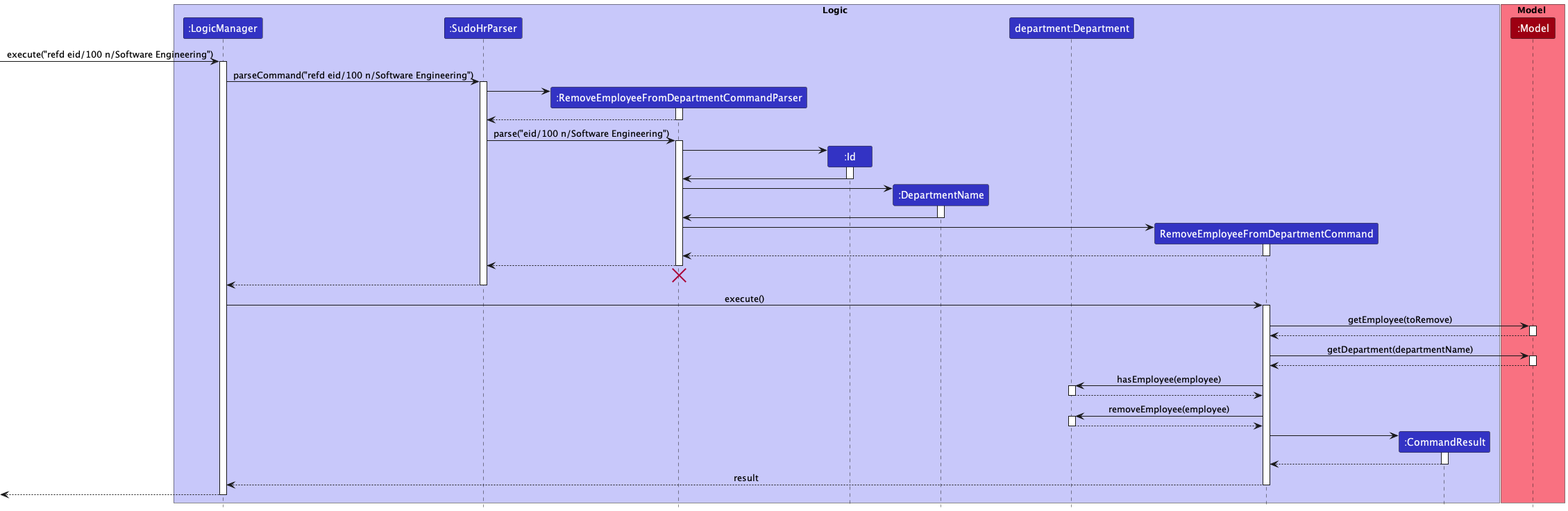
Earlier version of the PlantUML export docs/images/commands/department/RemoveEmployeeFromDepartmentSequenceDiagram.png (nus-cs2103-AY2223S2/tp). The source it was exported from:
```plantuml
@startuml
!include ../../style.puml

box Logic LOGIC_COLOR_T1
participant ":LogicManager" as LogicManager LOGIC_COLOR
participant ":SudoHrParser" as SudoHrParser LOGIC_COLOR
participant ":RemoveEmployeeFromDepartmentCommandParser" as RemoveEmployeeFromDepartmentCommandParser LOGIC_COLOR
participant ":Id" as Id LOGIC_COLOR
participant ":DepartmentName" as DepartmentName LOGIC_COLOR
participant "department:Department" as Department LOGIC_COLOR
participant "RemoveEmployeeFromDepartmentCommand" as RemoveEmployeeFromDepartmentCommand LOGIC_COLOR
participant ":CommandResult" as CommandResult LOGIC_COLOR
end box

box Model MODEL_COLOR_T1
participant ":Model" as Model MODEL_COLOR
end box

[-> LogicManager : execute("refd eid/100 n/Software Engineering")
activate LogicManager

LogicManager -> SudoHrParser : parseCommand("refd eid/100 n/Software Engineering")
activate SudoHrParser

create RemoveEmployeeFromDepartmentCommandParser
SudoHrParser -> RemoveEmployeeFromDepartmentCommandParser
activate RemoveEmployeeFromDepartmentCommandParser

RemoveEmployeeFromDepartmentCommandParser --> SudoHrParser
deactivate RemoveEmployeeFromDepartmentCommandParser

SudoHrParser -> RemoveEmployeeFromDepartmentCommandParser : parse("eid/100 n/Software Engineering")
activate RemoveEmployeeFromDepartmentCommandParser

create Id
RemoveEmployeeFromDepartmentCommandParser -> Id
activate Id

Id -> RemoveEmployeeFromDepartmentCommandParser
deactivate

create DepartmentName
RemoveEmployeeFromDepartmentCommandParser -> DepartmentName
activate DepartmentName

DepartmentName -> RemoveEmployeeFromDepartmentCommandParser
deactivate

create RemoveEmployeeFromDepartmentCommand
RemoveEmployeeFromDepartmentCommandParser -> RemoveEmployeeFromDepartmentCommand
activate RemoveEmployeeFromDepartmentCommand

RemoveEmployeeFromDepartmentCommand --> RemoveEmployeeFromDepartmentCommandParser
deactivate RemoveEmployeeFromDepartmentCommand

RemoveEmployeeFromDepartmentCommandParser --> SudoHrParser
deactivate RemoveEmployeeFromDepartmentCommandParser
RemoveEmployeeFromDepartmentCommandParser -[hidden]-> SudoHrParser
destroy RemoveEmployeeFromDepartmentCommandParser

SudoHrParser --> LogicManager
deactivate SudoHrParser

LogicManager -> RemoveEmployeeFromDepartmentCommand : execute()
activate RemoveEmployeeFromDepartmentCommand

RemoveEmployeeFromDepartmentCommand -> Model : getEmployee(toRemove)
activate Model

Model --> RemoveEmployeeFromDepartmentCommand
deactivate Model

RemoveEmployeeFromDepartmentCommand -> Model : getDepartment(departmentName)
activate Model

Model --> RemoveEmployeeFromDepartmentCommand
deactivate Model

RemoveEmployeeFromDepartmentCommand -> Department : hasEmployee(employee)
activate Department

Department --> RemoveEmployeeFromDepartmentCommand
deactivate Department

RemoveEmployeeFromDepartmentCommand -> Department : removeEmployee(employee)
activate Department

Department --> RemoveEmployeeFromDepartmentCommand
deactivate Department

create CommandResult
RemoveEmployeeFromDepartmentCommand -> CommandResult
activate CommandResult

CommandResult --> RemoveEmployeeFromDepartmentCommand
deactivate CommandResult

RemoveEmployeeFromDepartmentCommand --> LogicManager : result
deactivate RemoveEmployeeFromDepartmentCommand

[<--LogicManager
deactivate LogicManager
@enduml
```
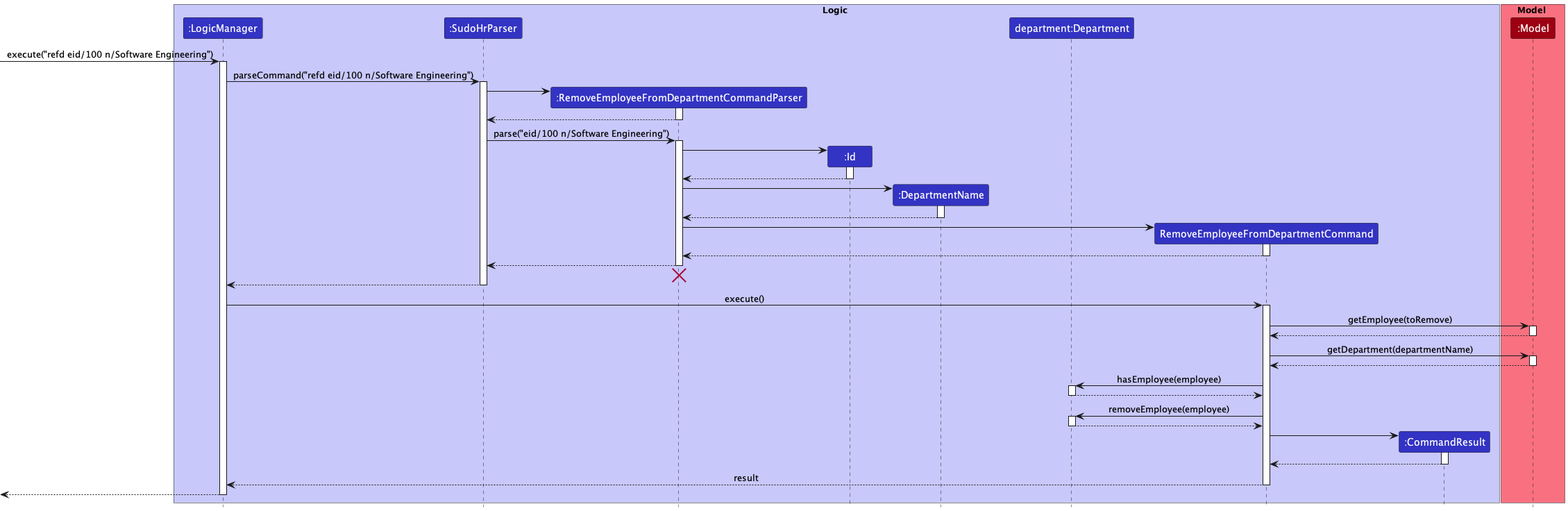
After the commit.

Diff of the diagram source:
```diff
@@ -36,14 +36,14 @@
 RemoveEmployeeFromDepartmentCommandParser -> Id
 activate Id
 
-Id -> RemoveEmployeeFromDepartmentCommandParser
+Id --> RemoveEmployeeFromDepartmentCommandParser
 deactivate
 
 create DepartmentName
 RemoveEmployeeFromDepartmentCommandParser -> DepartmentName
 activate DepartmentName
 
-DepartmentName -> RemoveEmployeeFromDepartmentCommandParser
+DepartmentName --> RemoveEmployeeFromDepartmentCommandParser
 deactivate
 
 create RemoveEmployeeFromDepartmentCommand
```
